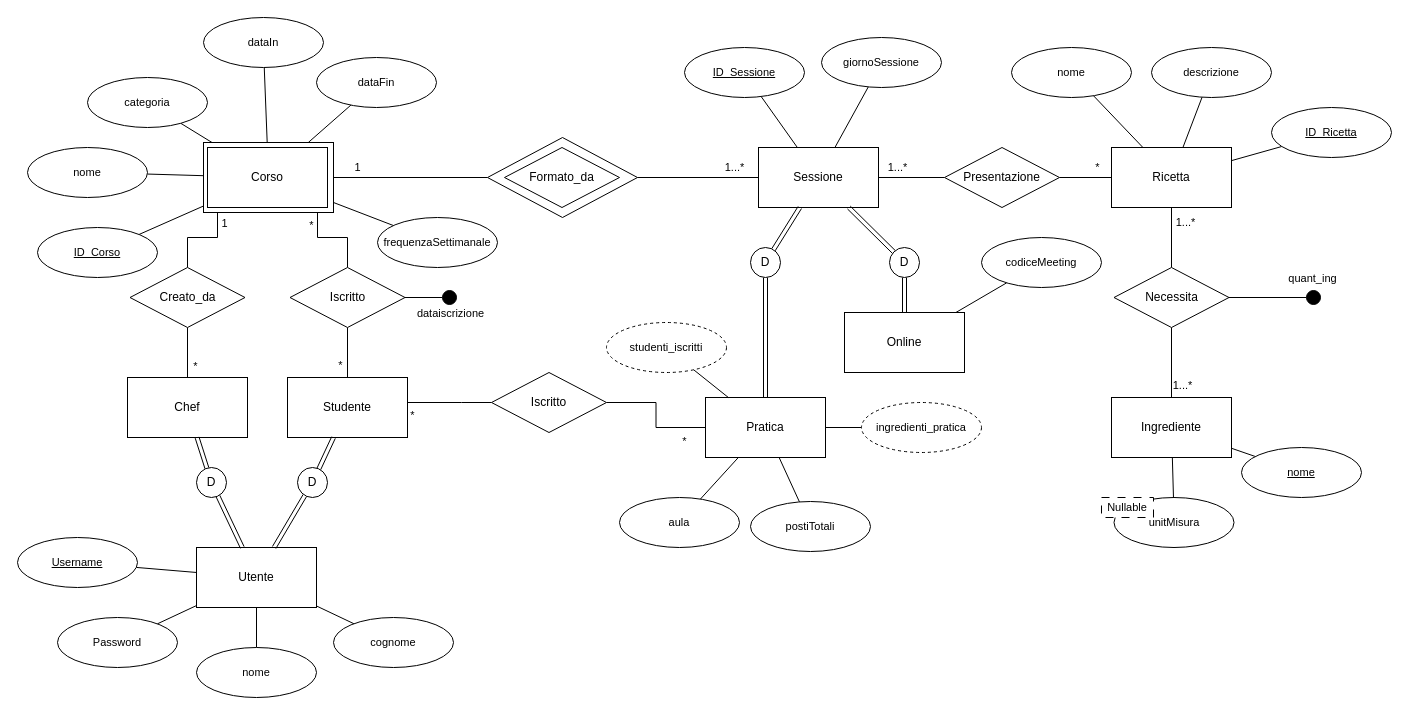
This is page "E-R" (2 of 4) of bdd/uml/UML1.drawio from MetisWastaken/UninaFoodLab, a draw.io file, before an edit. Source tidied: cells renumbered, new cells numbered last; positions are measured from the earlier drawing's top-left corner, leaving out a move shared by most shapes. Both pictures are drawn from the tidied source at 100%, with x=0, y=0 at pixel (17, 17).
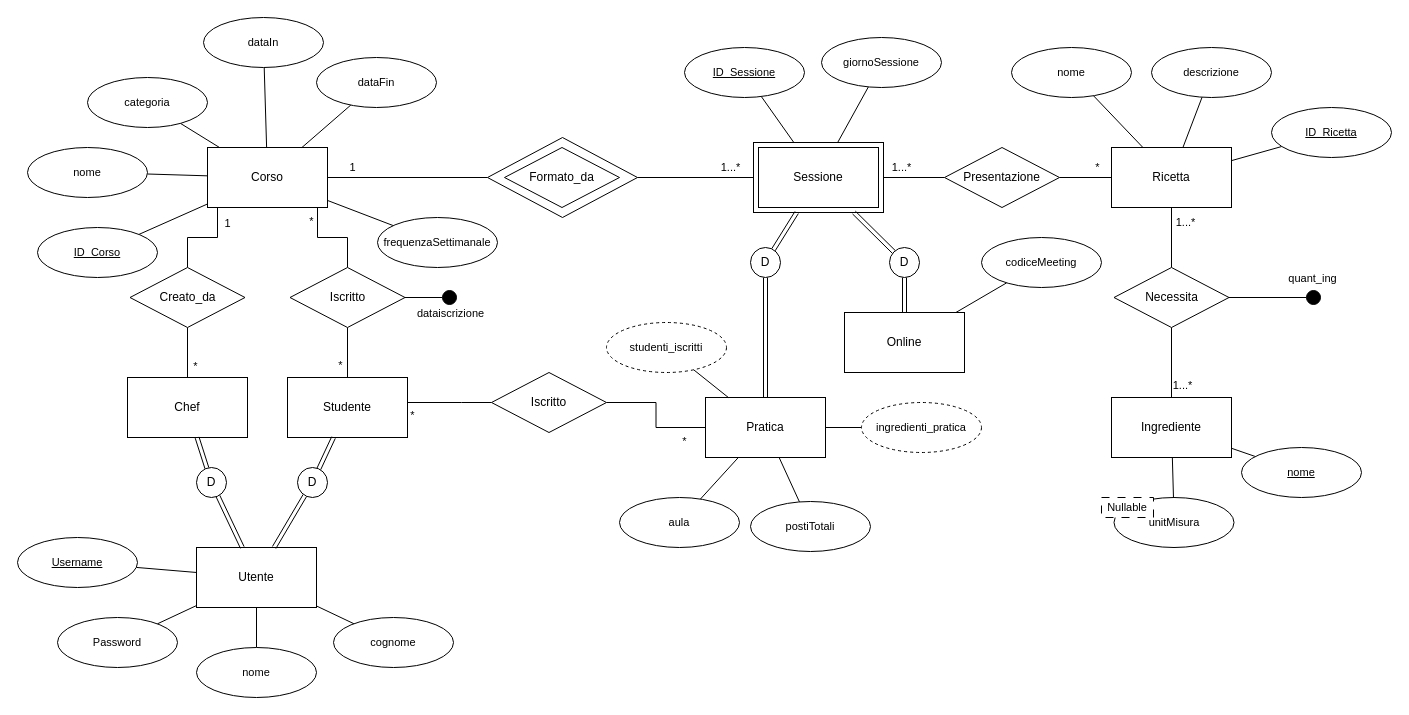
The same diagram, later.

Commit message (it also covers changes not shown here):
UML mod

Unchanged cells that the change refers to:
```xml
<mxCell id="3" value="Corso" style="rounded=0;whiteSpace=wrap;html=1;" parent="1" vertex="1">
  <mxGeometry x="190" y="130" width="120" height="60" as="geometry" />
</mxCell>
<mxCell id="4" style="rhombus;whiteSpace=wrap;html=1;fillColor=default;labelBackgroundColor=#CC0000;noLabel=0;" parent="1" vertex="1">
  <mxGeometry x="470" y="120" width="150" height="80" as="geometry" />
</mxCell>
<mxCell id="34" value="Creato_da" style="rhombus;whiteSpace=wrap;html=1;" parent="1" vertex="1">
  <mxGeometry x="112.5" y="250" width="115" height="60" as="geometry" />
</mxCell>
<mxCell id="37" value="I&lt;span style=&quot;background-color: transparent; color: light-dark(rgb(0, 0, 0), rgb(255, 255, 255));&quot;&gt;scritto&lt;/span&gt;" style="rhombus;whiteSpace=wrap;html=1;" parent="1" vertex="1">
  <mxGeometry x="272.5" y="250" width="115" height="60" as="geometry" />
</mxCell>
<mxCell id="46" value="Presentazione" style="rhombus;whiteSpace=wrap;html=1;" parent="1" vertex="1">
  <mxGeometry x="927" y="130" width="115" height="60" as="geometry" />
</mxCell>
<mxCell id="55" value="D" style="ellipse;whiteSpace=wrap;html=1;" parent="1" vertex="1">
  <mxGeometry x="733" y="230" width="30" height="30" as="geometry" />
</mxCell>
<mxCell id="58" value="D" style="ellipse;whiteSpace=wrap;html=1;" parent="1" vertex="1">
  <mxGeometry x="872" y="230" width="30" height="30" as="geometry" />
</mxCell>
<mxCell id="66" value="categoria" style="ellipse;whiteSpace=wrap;html=1;fontFamily=Helvetica;fontSize=11;fontColor=default;labelBackgroundColor=default;" parent="1" vertex="1">
  <mxGeometry x="70" y="60" width="120" height="50" as="geometry" />
</mxCell>
<mxCell id="68" value="frequenzaSettimanale" style="ellipse;whiteSpace=wrap;html=1;fontFamily=Helvetica;fontSize=11;fontColor=default;labelBackgroundColor=default;" parent="1" vertex="1">
  <mxGeometry x="360" y="200" width="120" height="50" as="geometry" />
</mxCell>
<mxCell id="70" value="nome" style="ellipse;whiteSpace=wrap;html=1;fontFamily=Helvetica;fontSize=11;fontColor=default;labelBackgroundColor=default;" parent="1" vertex="1">
  <mxGeometry x="10" y="130" width="120" height="50" as="geometry" />
</mxCell>
<mxCell id="72" value="dataFin" style="ellipse;whiteSpace=wrap;html=1;fontFamily=Helvetica;fontSize=11;fontColor=default;labelBackgroundColor=default;" parent="1" vertex="1">
  <mxGeometry x="299" y="40" width="120" height="50" as="geometry" />
</mxCell>
<mxCell id="74" value="dataIn" style="ellipse;whiteSpace=wrap;html=1;fontFamily=Helvetica;fontSize=11;fontColor=default;labelBackgroundColor=default;" parent="1" vertex="1">
  <mxGeometry x="186" width="120" height="50" as="geometry" />
</mxCell>
<mxCell id="76" value="&lt;u&gt;ID_Corso&lt;/u&gt;" style="ellipse;whiteSpace=wrap;html=1;fontFamily=Helvetica;fontSize=11;fontColor=default;labelBackgroundColor=default;" parent="1" vertex="1">
  <mxGeometry x="20" y="210" width="120" height="50" as="geometry" />
</mxCell>
<mxCell id="78" value="giornoSessione" style="ellipse;whiteSpace=wrap;html=1;fontFamily=Helvetica;fontSize=11;fontColor=default;labelBackgroundColor=default;" parent="1" vertex="1">
  <mxGeometry x="804" y="20" width="120" height="50" as="geometry" />
</mxCell>
<mxCell id="90" value="&lt;u&gt;ID_Sessione&lt;/u&gt;" style="ellipse;whiteSpace=wrap;html=1;fontFamily=Helvetica;fontSize=11;fontColor=default;labelBackgroundColor=default;" parent="1" vertex="1">
  <mxGeometry x="667" y="30" width="120" height="50" as="geometry" />
</mxCell>
```

The edit, as a diff of the source:
```diff
@@
     <mxCell id="2" style="rounded=0;whiteSpace=wrap;html=1;" parent="1" vertex="1">
-      <mxGeometry x="186" y="125" width="130" height="70" as="geometry" />
+      <mxGeometry x="736" y="125" width="130" height="70" as="geometry" />
     </mxCell>
+    <mxCell id="17" value="Sessione" style="rounded=0;whiteSpace=wrap;html=1;" parent="1" vertex="1">
+      <mxGeometry x="741" y="130" width="120" height="60" as="geometry" />
+    </mxCell>
@@
-    <mxCell id="17" value="Sessione" style="rounded=0;whiteSpace=wrap;html=1;" parent="1" vertex="1">
-      <mxGeometry x="741" y="130" width="120" height="60" as="geometry" />
-    </mxCell>
@@
-    <mxCell id="32" style="edgeStyle=orthogonalEdgeStyle;shape=connector;rounded=0;jettySize=auto;html=1;strokeColor=default;align=center;verticalAlign=middle;fontFamily=Helvetica;fontSize=11;fontColor=default;labelBackgroundColor=default;endArrow=none;endFill=0;" parent="1" edge="1" source="34" target="2">
+    <mxCell id="32" style="edgeStyle=orthogonalEdgeStyle;shape=connector;rounded=0;jettySize=auto;html=1;strokeColor=default;align=center;verticalAlign=middle;fontFamily=Helvetica;fontSize=11;fontColor=default;labelBackgroundColor=default;endArrow=none;endFill=0;" parent="1" edge="1" source="34" target="3">
       <mxGeometry relative="1" as="geometry">
         <Array as="points">
           <mxPoint x="170" y="220" />
           <mxPoint x="200" y="220" />
         </Array>
       </mxGeometry>
     </mxCell>
@@
-    <mxCell id="35" style="shape=connector;rounded=0;jettySize=auto;html=1;strokeColor=default;align=center;verticalAlign=middle;fontFamily=Helvetica;fontSize=11;fontColor=default;labelBackgroundColor=default;endArrow=none;endFill=0;edgeStyle=orthogonalEdgeStyle;" parent="1" edge="1" source="37" target="2">
+    <mxCell id="35" style="shape=connector;rounded=0;jettySize=auto;html=1;strokeColor=default;align=center;verticalAlign=middle;fontFamily=Helvetica;fontSize=11;fontColor=default;labelBackgroundColor=default;endArrow=none;endFill=0;edgeStyle=orthogonalEdgeStyle;" parent="1" edge="1" source="37" target="3">
       <mxGeometry relative="1" as="geometry">
         <Array as="points">
           <mxPoint x="330" y="220" />
           <mxPoint x="300" y="220" />
         </Array>
       </mxGeometry>
     </mxCell>
@@
-    <mxCell id="38" style="edgeStyle=orthogonalEdgeStyle;shape=connector;rounded=0;jettySize=auto;html=1;strokeColor=default;align=center;verticalAlign=middle;fontFamily=Helvetica;fontSize=11;fontColor=default;labelBackgroundColor=default;endArrow=none;endFill=0;" parent="1" edge="1" source="4" target="17">
+    <mxCell id="38" style="edgeStyle=orthogonalEdgeStyle;shape=connector;rounded=0;jettySize=auto;html=1;strokeColor=default;align=center;verticalAlign=middle;fontFamily=Helvetica;fontSize=11;fontColor=default;labelBackgroundColor=default;endArrow=none;endFill=0;" parent="1" edge="1" source="4" target="2">
       <mxGeometry relative="1" as="geometry" />
     </mxCell>
@@
-    <mxCell id="40" style="edgeStyle=orthogonalEdgeStyle;shape=connector;rounded=0;jettySize=auto;html=1;strokeColor=default;align=center;verticalAlign=middle;fontFamily=Helvetica;fontSize=11;fontColor=default;labelBackgroundColor=default;endArrow=none;endFill=0;" parent="1" edge="1" source="4" target="2">
+    <mxCell id="40" style="edgeStyle=orthogonalEdgeStyle;shape=connector;rounded=0;jettySize=auto;html=1;strokeColor=default;align=center;verticalAlign=middle;fontFamily=Helvetica;fontSize=11;fontColor=default;labelBackgroundColor=default;endArrow=none;endFill=0;" parent="1" edge="1" source="4" target="3">
       <mxGeometry relative="1" as="geometry" />
     </mxCell>
@@
-    <mxCell id="44" style="edgeStyle=orthogonalEdgeStyle;shape=connector;rounded=0;jettySize=auto;html=1;strokeColor=default;align=center;verticalAlign=middle;fontFamily=Helvetica;fontSize=11;fontColor=default;labelBackgroundColor=default;endArrow=none;endFill=0;" parent="1" edge="1" source="46" target="17">
+    <mxCell id="44" style="edgeStyle=orthogonalEdgeStyle;shape=connector;rounded=0;jettySize=auto;html=1;strokeColor=default;align=center;verticalAlign=middle;fontFamily=Helvetica;fontSize=11;fontColor=default;labelBackgroundColor=default;endArrow=none;endFill=0;" parent="1" edge="1" source="46" target="2">
       <mxGeometry relative="1" as="geometry" />
     </mxCell>
@@
-    <mxCell id="56" style="endArrow=none;html=1;rounded=0;endFill=0;shape=link;" parent="1" edge="1" source="17" target="55">
+    <mxCell id="56" style="endArrow=none;html=1;rounded=0;endFill=0;shape=link;" parent="1" edge="1" source="2" target="55">
       <mxGeometry relative="1" as="geometry" />
     </mxCell>
@@
-    <mxCell id="59" style="endArrow=none;html=1;rounded=0;endFill=0;shape=link;" parent="1" edge="1" source="17" target="58">
+    <mxCell id="59" style="endArrow=none;html=1;rounded=0;endFill=0;shape=link;" parent="1" edge="1" source="2" target="58">
       <mxGeometry relative="1" as="geometry" />
     </mxCell>
@@
-    <mxCell id="65" style="edgeStyle=none;shape=connector;rounded=0;jettySize=auto;html=1;strokeColor=default;align=center;verticalAlign=middle;fontFamily=Helvetica;fontSize=11;fontColor=default;labelBackgroundColor=default;endArrow=none;endFill=0;" parent="1" edge="1" source="66" target="2">
+    <mxCell id="65" style="edgeStyle=none;shape=connector;rounded=0;jettySize=auto;html=1;strokeColor=default;align=center;verticalAlign=middle;fontFamily=Helvetica;fontSize=11;fontColor=default;labelBackgroundColor=default;endArrow=none;endFill=0;" parent="1" edge="1" source="66" target="3">
       <mxGeometry relative="1" as="geometry" />
     </mxCell>
@@
-    <mxCell id="67" style="edgeStyle=none;shape=connector;rounded=0;jettySize=auto;html=1;strokeColor=default;align=center;verticalAlign=middle;fontFamily=Helvetica;fontSize=11;fontColor=default;labelBackgroundColor=default;endArrow=none;endFill=0;" parent="1" edge="1" source="68" target="2">
+    <mxCell id="67" style="edgeStyle=none;shape=connector;rounded=0;jettySize=auto;html=1;strokeColor=default;align=center;verticalAlign=middle;fontFamily=Helvetica;fontSize=11;fontColor=default;labelBackgroundColor=default;endArrow=none;endFill=0;" parent="1" edge="1" source="68" target="3">
       <mxGeometry relative="1" as="geometry" />
     </mxCell>
@@
-    <mxCell id="69" style="edgeStyle=none;shape=connector;rounded=0;jettySize=auto;html=1;strokeColor=default;align=center;verticalAlign=middle;fontFamily=Helvetica;fontSize=11;fontColor=default;labelBackgroundColor=default;endArrow=none;endFill=0;" parent="1" edge="1" source="70" target="2">
+    <mxCell id="69" style="edgeStyle=none;shape=connector;rounded=0;jettySize=auto;html=1;strokeColor=default;align=center;verticalAlign=middle;fontFamily=Helvetica;fontSize=11;fontColor=default;labelBackgroundColor=default;endArrow=none;endFill=0;" parent="1" edge="1" source="70" target="3">
       <mxGeometry relative="1" as="geometry" />
     </mxCell>
@@
-    <mxCell id="71" style="edgeStyle=none;shape=connector;rounded=0;jettySize=auto;html=1;strokeColor=default;align=center;verticalAlign=middle;fontFamily=Helvetica;fontSize=11;fontColor=default;labelBackgroundColor=default;endArrow=none;endFill=0;" parent="1" edge="1" source="72" target="2">
+    <mxCell id="71" style="edgeStyle=none;shape=connector;rounded=0;jettySize=auto;html=1;strokeColor=default;align=center;verticalAlign=middle;fontFamily=Helvetica;fontSize=11;fontColor=default;labelBackgroundColor=default;endArrow=none;endFill=0;" parent="1" edge="1" source="72" target="3">
       <mxGeometry relative="1" as="geometry" />
     </mxCell>
@@
-    <mxCell id="73" style="edgeStyle=none;shape=connector;rounded=0;jettySize=auto;html=1;strokeColor=default;align=center;verticalAlign=middle;fontFamily=Helvetica;fontSize=11;fontColor=default;labelBackgroundColor=default;endArrow=none;endFill=0;" parent="1" edge="1" source="74" target="2">
+    <mxCell id="73" style="edgeStyle=none;shape=connector;rounded=0;jettySize=auto;html=1;strokeColor=default;align=center;verticalAlign=middle;fontFamily=Helvetica;fontSize=11;fontColor=default;labelBackgroundColor=default;endArrow=none;endFill=0;" parent="1" edge="1" source="74" target="3">
       <mxGeometry relative="1" as="geometry" />
     </mxCell>
@@
-    <mxCell id="75" style="edgeStyle=none;shape=connector;rounded=0;jettySize=auto;html=1;strokeColor=default;align=center;verticalAlign=middle;fontFamily=Helvetica;fontSize=11;fontColor=default;labelBackgroundColor=default;endArrow=none;endFill=0;" parent="1" edge="1" source="76" target="2">
+    <mxCell id="75" style="edgeStyle=none;shape=connector;rounded=0;jettySize=auto;html=1;strokeColor=default;align=center;verticalAlign=middle;fontFamily=Helvetica;fontSize=11;fontColor=default;labelBackgroundColor=default;endArrow=none;endFill=0;" parent="1" edge="1" source="76" target="3">
       <mxGeometry relative="1" as="geometry" />
     </mxCell>
@@
-    <mxCell id="77" style="edgeStyle=none;shape=connector;rounded=0;jettySize=auto;html=1;strokeColor=default;align=center;verticalAlign=middle;fontFamily=Helvetica;fontSize=11;fontColor=default;labelBackgroundColor=default;endArrow=none;endFill=0;" parent="1" edge="1" source="78" target="17">
+    <mxCell id="77" style="edgeStyle=none;shape=connector;rounded=0;jettySize=auto;html=1;strokeColor=default;align=center;verticalAlign=middle;fontFamily=Helvetica;fontSize=11;fontColor=default;labelBackgroundColor=default;endArrow=none;endFill=0;" parent="1" edge="1" source="78" target="2">
       <mxGeometry relative="1" as="geometry" />
     </mxCell>
@@
-    <mxCell id="89" style="edgeStyle=none;shape=connector;rounded=0;jettySize=auto;html=1;strokeColor=default;align=center;verticalAlign=middle;fontFamily=Helvetica;fontSize=11;fontColor=default;labelBackgroundColor=default;endArrow=none;endFill=0;" parent="1" edge="1" source="90" target="17">
+    <mxCell id="89" style="edgeStyle=none;shape=connector;rounded=0;jettySize=auto;html=1;strokeColor=default;align=center;verticalAlign=middle;fontFamily=Helvetica;fontSize=11;fontColor=default;labelBackgroundColor=default;endArrow=none;endFill=0;" parent="1" edge="1" source="90" target="2">
       <mxGeometry relative="1" as="geometry" />
     </mxCell>
```
